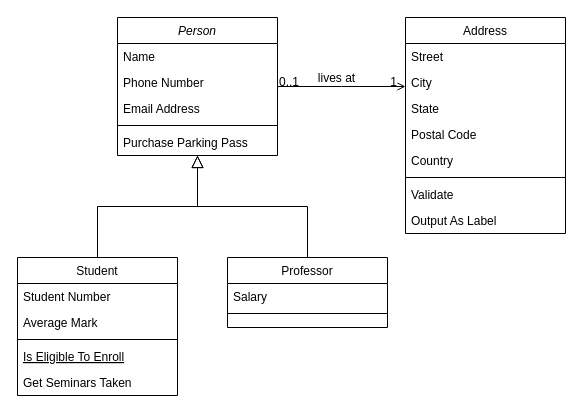
Earlier version of the draw.io diagram Untitled Diagram.drawio (cp-lucas1902/kemedico). Source tidied: cells renumbered, new cells numbered last; positions are measured from the earlier drawing's top-left corner, leaving out a move shared by most shapes. Both pictures are drawn from the tidied source at 100%, with x=0, y=0 at pixel (17, 17).
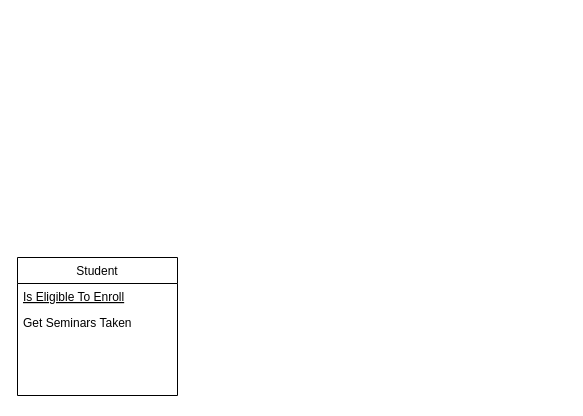
Above is the later version.

Unchanged cells that the change refers to:
```xml
<mxCell id="8" value="Student" style="swimlane;fontStyle=0;align=center;verticalAlign=top;horizontal=1;startSize=26;rounded=0;shadow=0;strokeWidth=1;" parent="1" vertex="1">
  <mxGeometry y="240" width="160" height="138" as="geometry" />
</mxCell>
```

The edit, as a diff of the source:
```diff
@@
-    <mxCell id="2" value="Person" style="swimlane;fontStyle=2;align=center;verticalAlign=top;horizontal=1;startSize=26;rounded=0;shadow=0;strokeWidth=1;" parent="1" vertex="1">
-      <mxGeometry x="100" width="160" height="138" as="geometry" />
-    </mxCell>
-    <mxCell id="3" value="Name" style="text;align=left;verticalAlign=top;spacingLeft=4;spacingRight=4;overflow=hidden;" parent="2" vertex="1">
-      <mxGeometry y="26" width="160" height="26" as="geometry" />
-    </mxCell>
-    <mxCell id="4" value="Phone Number" style="text;align=left;verticalAlign=top;spacingLeft=4;spacingRight=4;overflow=hidden;rounded=0;shadow=0;html=0;" parent="2" vertex="1">
-      <mxGeometry y="52" width="160" height="26" as="geometry" />
-    </mxCell>
-    <mxCell id="5" value="Email Address" style="text;align=left;verticalAlign=top;spacingLeft=4;spacingRight=4;overflow=hidden;rounded=0;shadow=0;html=0;" parent="2" vertex="1">
-      <mxGeometry y="78" width="160" height="26" as="geometry" />
-    </mxCell>
-    <mxCell id="6" style="line;html=1;strokeWidth=1;align=left;verticalAlign=middle;spacingTop=-1;spacingLeft=3;spacingRight=3;labelPosition=right;" parent="2" vertex="1">
-      <mxGeometry y="104" width="160" height="8" as="geometry" />
-    </mxCell>
-    <mxCell id="7" value="Purchase Parking Pass" style="text;align=left;verticalAlign=top;spacingLeft=4;spacingRight=4;overflow=hidden;" parent="2" vertex="1">
-      <mxGeometry y="112" width="160" height="26" as="geometry" />
-    </mxCell>
@@
-    <mxCell id="9" value="Student Number" style="text;align=left;verticalAlign=top;spacingLeft=4;spacingRight=4;overflow=hidden;" parent="8" vertex="1">
-      <mxGeometry y="26" width="160" height="26" as="geometry" />
-    </mxCell>
-    <mxCell id="10" value="Average Mark" style="text;align=left;verticalAlign=top;spacingLeft=4;spacingRight=4;overflow=hidden;rounded=0;shadow=0;html=0;" parent="8" vertex="1">
-      <mxGeometry y="52" width="160" height="26" as="geometry" />
-    </mxCell>
-    <mxCell id="11" style="line;html=1;strokeWidth=1;align=left;verticalAlign=middle;spacingTop=-1;spacingLeft=3;spacingRight=3;labelPosition=right;" parent="8" vertex="1">
-      <mxGeometry y="78" width="160" height="8" as="geometry" />
-    </mxCell>
     <mxCell id="12" value="Is Eligible To Enroll" style="text;align=left;verticalAlign=top;spacingLeft=4;spacingRight=4;overflow=hidden;fontStyle=4;" parent="8" vertex="1">
-      <mxGeometry y="86" width="160" height="26" as="geometry" />
+      <mxGeometry y="26" width="160" height="26" as="geometry" />
     </mxCell>
     <mxCell id="13" value="Get Seminars Taken" style="text;align=left;verticalAlign=top;spacingLeft=4;spacingRight=4;overflow=hidden;" parent="8" vertex="1">
-      <mxGeometry y="112" width="160" height="26" as="geometry" />
+      <mxGeometry y="52" width="160" height="26" as="geometry" />
     </mxCell>
-    <mxCell id="14" style="endArrow=block;endSize=10;endFill=0;shadow=0;strokeWidth=1;rounded=0;edgeStyle=elbowEdgeStyle;elbow=vertical;" parent="1" edge="1" source="8" target="2">
-      <mxGeometry relative="1" as="geometry" />
-    </mxCell>
-    <mxCell id="15" value="Professor" style="swimlane;fontStyle=0;align=center;verticalAlign=top;horizontal=1;startSize=26;rounded=0;shadow=0;strokeWidth=1;" parent="1" vertex="1">
-      <mxGeometry x="210" y="240" width="160" height="70" as="geometry" />
-    </mxCell>
-    <mxCell id="16" value="Salary" style="text;align=left;verticalAlign=top;spacingLeft=4;spacingRight=4;overflow=hidden;" parent="15" vertex="1">
-      <mxGeometry y="26" width="160" height="26" as="geometry" />
-    </mxCell>
-    <mxCell id="17" style="line;html=1;strokeWidth=1;align=left;verticalAlign=middle;spacingTop=-1;spacingLeft=3;spacingRight=3;labelPosition=right;" parent="15" vertex="1">
-      <mxGeometry y="52" width="160" height="8" as="geometry" />
-    </mxCell>
-    <mxCell id="18" style="endArrow=block;endSize=10;endFill=0;shadow=0;strokeWidth=1;rounded=0;edgeStyle=elbowEdgeStyle;elbow=vertical;" parent="1" edge="1" source="15" target="2">
-      <mxGeometry relative="1" as="geometry" />
-    </mxCell>
-    <mxCell id="19" value="Address" style="swimlane;fontStyle=0;align=center;verticalAlign=top;horizontal=1;startSize=26;rounded=0;shadow=0;strokeWidth=1;" parent="1" vertex="1">
-      <mxGeometry x="388" width="160" height="216" as="geometry" />
-    </mxCell>
-    <mxCell id="20" value="Street" style="text;align=left;verticalAlign=top;spacingLeft=4;spacingRight=4;overflow=hidden;" parent="19" vertex="1">
-      <mxGeometry y="26" width="160" height="26" as="geometry" />
-    </mxCell>
-    <mxCell id="21" value="City" style="text;align=left;verticalAlign=top;spacingLeft=4;spacingRight=4;overflow=hidden;rounded=0;shadow=0;html=0;" parent="19" vertex="1">
-      <mxGeometry y="52" width="160" height="26" as="geometry" />
-    </mxCell>
-    <mxCell id="22" value="State" style="text;align=left;verticalAlign=top;spacingLeft=4;spacingRight=4;overflow=hidden;rounded=0;shadow=0;html=0;" parent="19" vertex="1">
-      <mxGeometry y="78" width="160" height="26" as="geometry" />
-    </mxCell>
-    <mxCell id="23" value="Postal Code" style="text;align=left;verticalAlign=top;spacingLeft=4;spacingRight=4;overflow=hidden;rounded=0;shadow=0;html=0;" parent="19" vertex="1">
-      <mxGeometry y="104" width="160" height="26" as="geometry" />
-    </mxCell>
-    <mxCell id="24" value="Country" style="text;align=left;verticalAlign=top;spacingLeft=4;spacingRight=4;overflow=hidden;rounded=0;shadow=0;html=0;" parent="19" vertex="1">
-      <mxGeometry y="130" width="160" height="26" as="geometry" />
-    </mxCell>
-    <mxCell id="25" style="line;html=1;strokeWidth=1;align=left;verticalAlign=middle;spacingTop=-1;spacingLeft=3;spacingRight=3;labelPosition=right;" parent="19" vertex="1">
-      <mxGeometry y="156" width="160" height="8" as="geometry" />
-    </mxCell>
-    <mxCell id="26" value="Validate" style="text;align=left;verticalAlign=top;spacingLeft=4;spacingRight=4;overflow=hidden;" parent="19" vertex="1">
-      <mxGeometry y="164" width="160" height="26" as="geometry" />
-    </mxCell>
-    <mxCell id="27" value="Output As Label" style="text;align=left;verticalAlign=top;spacingLeft=4;spacingRight=4;overflow=hidden;" parent="19" vertex="1">
-      <mxGeometry y="190" width="160" height="26" as="geometry" />
-    </mxCell>
-    <mxCell id="28" style="endArrow=open;shadow=0;strokeWidth=1;rounded=0;endFill=1;edgeStyle=elbowEdgeStyle;elbow=vertical;" parent="1" edge="1" source="2" target="19">
-      <mxGeometry x="0.5" y="41" relative="1" as="geometry">
-        <mxPoint x="-40" y="32" as="offset" />
-      </mxGeometry>
-    </mxCell>
-    <mxCell id="29" value="0..1" style="align=left;verticalAlign=bottom;labelBackgroundColor=none;fontSize=12;" parent="28" vertex="1">
-      <mxGeometry x="-1" relative="1" as="geometry">
-        <mxPoint y="4" as="offset" />
-      </mxGeometry>
-    </mxCell>
-    <mxCell id="30" value="1" style="align=right;verticalAlign=bottom;labelBackgroundColor=none;fontSize=12;" parent="28" vertex="1">
-      <mxGeometry x="1" relative="1" as="geometry">
-        <mxPoint x="-7" y="4" as="offset" />
-      </mxGeometry>
-    </mxCell>
-    <mxCell id="31" value="lives at" style="text;html=1;align=center;verticalAlign=middle;labelBackgroundColor=none;rounded=0;shadow=0;strokeWidth=1;fontSize=12;" parent="28" vertex="1">
-      <mxGeometry x="0.5" y="49" relative="1" as="geometry">
-        <mxPoint x="-38" y="40" as="offset" />
-      </mxGeometry>
-    </mxCell>
```
